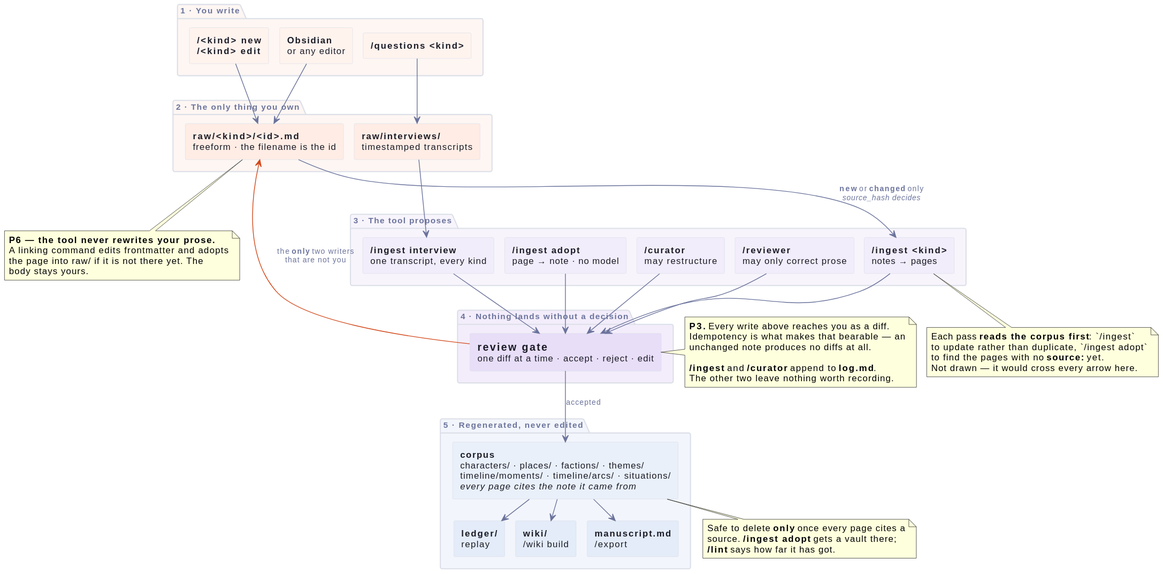
This is docs/diagrams/authoring-flow.svg from claytantor/litfire, a PlantUML export, as it was before one commit. The source it was exported from:
```plantuml
@startuml

top to bottom direction

skinparam backgroundColor transparent
skinparam shadowing false
skinparam defaultFontName "Helvetica"
skinparam defaultFontSize 12
skinparam nodesep 14
skinparam ranksep 26
skinparam ArrowColor #6b739c
skinparam ArrowFontColor #6b739c
skinparam ArrowFontSize 10

skinparam rectangle {
  BorderColor #dcdfe8
  FontColor #1a1b26
  BackgroundColor #ffffff
  roundCorner 3
}

skinparam package {
  BorderColor #dcdfe8
  FontColor #6b739c
  BackgroundColor transparent
  FontSize 11
}

package "1 · You write" #FDF6F3 {
  rectangle "**Obsidian**\nor any editor" as obsidian #FFF3EE
  rectangle "**/<kind> new**\n**/<kind> edit**" as buffer #FFF3EE
  rectangle "**/questions <kind>**" as interview #FFF3EE
}

package "2 · The only thing you own" #FDF6F3 {
  rectangle "**raw/<kind>/<id>.md**\nfreeform · the filename is the id" as raw #FFEDE5
  rectangle "**raw/interviews/**\ntimestamped transcripts" as transcripts #FFEDE5
}

package "3 · The tool proposes" #F7F4FC {
  rectangle "**/ingest <kind>**\nnotes → pages" as ingest #F2EDFA
  rectangle "**/ingest interview**\none transcript, every kind" as ingestI #F2EDFA
  rectangle "**/ingest adopt**\npage → note · no model" as adopt #F2EDFA
  rectangle "**/curator**\nmay restructure" as curator #F2EDFA
  rectangle "**/reviewer**\nmay only correct prose" as reviewer #F2EDFA
}

package "4 · Nothing lands without a decision" #F3EDFB {
  rectangle "==review gate\none diff at a time · accept · reject · edit" as gate #E8DEF8
}

package "5 · Regenerated, never edited" #F2F5FB {
  rectangle "**corpus**\ncharacters/ · places/ · factions/ · themes/\ntimeline/moments/ · timeline/arcs/ · situations/\n//every page cites the note it came from//" as corpus #E9F0FA
  rectangle "**ledger/**\nreplay" as ledger #E3ECF8
  rectangle "**wiki/**\n/wiki build" as wiki #E3ECF8
  rectangle "**manuscript.md**\n/export" as manuscript #E3ECF8
}

obsidian --> raw
buffer --> raw
interview --> transcripts

raw --> ingest : **new** or **changed** only\n//source_hash decides//
transcripts --> ingestI

ingest --> gate
ingestI --> gate
adopt --> gate
curator --> gate
reviewer --> gate

gate --> corpus : accepted
gate -[#d2481a]-> raw : the **only** two writers\nthat are not you

corpus --> ledger
corpus --> wiki
corpus --> manuscript

note bottom of ingest
  Each pass **reads the corpus first**: `/ingest`
  to update rather than duplicate, `/ingest adopt`
  to find the pages with no **source:** yet.
  Not drawn — it would cross every arrow here.
end note

note right of gate
  **P3.** Every write above reaches you as a diff.
  Idempotency is what makes that bearable — an
  unchanged note produces no diffs at all.

  **/ingest** and **/curator** append to **log.md**.
  The other two leave nothing worth recording.
end note

note bottom of raw
  **P6 — the tool never rewrites your prose.**
  A linking command edits frontmatter and adopts
  the page into raw/ if it is not there yet. The
  body stays yours.
end note

note bottom of corpus
  Safe to delete **only** once every page cites a
  source. **/ingest adopt** gets a vault there;
  **/lint** says how far it has got.
end note
@enduml
```
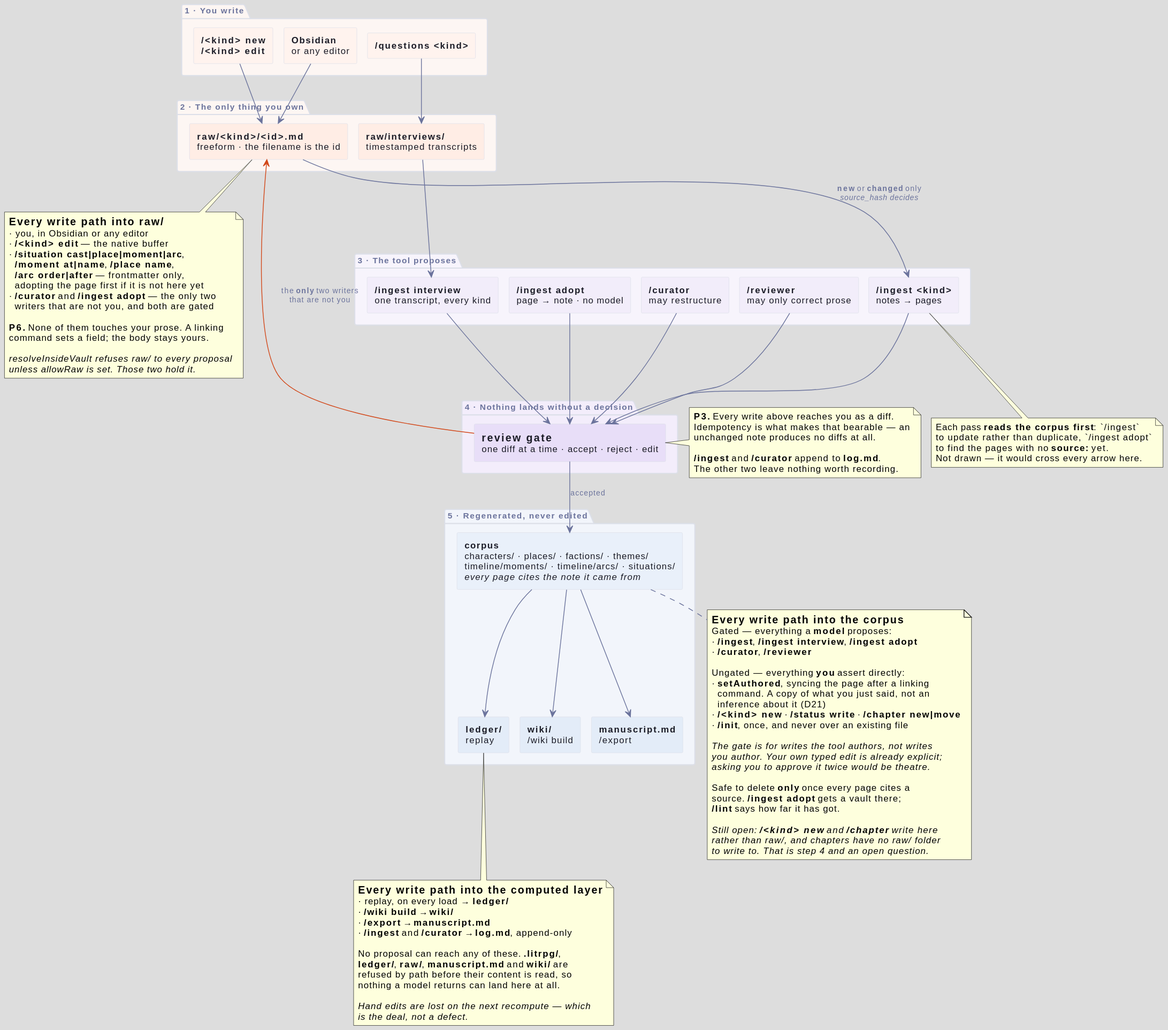
After the change.

Commit message:
Note every write path into each layer

Change to the diagram source:
```diff
@@ -2,7 +2,7 @@
 
 top to bottom direction
 
-skinparam backgroundColor transparent
+skinparam backgroundColor #dddddd
 skinparam shadowing false
 skinparam defaultFontName "Helvetica"
 skinparam defaultFontSize 12
@@ -76,6 +76,22 @@
 corpus --> wiki
 corpus --> manuscript
 
+note bottom of ledger
+  ==Every write path into the computed layer
+  · replay, on every load → **ledger/**
+  · **/wiki build** → **wiki/**
+  · **/export** → **manuscript.md**
+  · **/ingest** and **/curator** → **log.md**, append-only
+
+  No proposal can reach any of these. **.litrpg/**,
+  **ledger/**, **raw/**, **manuscript.md** and **wiki/** are
+  refused by path before their content is read, so
+  nothing a model returns can land here at all.
+
+  //Hand edits are lost on the next recompute — which//
+  //is the deal, not a defect.//
+end note
+
 note bottom of ingest
   Each pass **reads the corpus first**: `/ingest`
   to update rather than duplicate, `/ingest adopt`
@@ -93,15 +109,46 @@
 end note
 
 note bottom of raw
-  **P6 — the tool never rewrites your prose.**
-  A linking command edits frontmatter and adopts
-  the page into raw/ if it is not there yet. The
-  body stays yours.
+  ==Every write path into raw/
+  · you, in Obsidian or any editor
+  · **/<kind> edit** — the native buffer
+  · **/situation cast|place|moment|arc**,
+    **/moment at|name**, **/place name**,
+    **/arc order|after** — frontmatter only,
+    adopting the page first if it is not here yet
+  · **/curator** and **/ingest adopt** — the only two
+    writers that are not you, and both are gated
+
+  **P6.** None of them touches your prose. A linking
+  command sets a field; the body stays yours.
+
+  //resolveInsideVault refuses raw/ to every proposal//
+  //unless allowRaw is set. Those two hold it.//
 end note
 
 note bottom of corpus
+  ==Every write path into the corpus
+  Gated — everything a **model** proposes:
+  · **/ingest**, **/ingest interview**, **/ingest adopt**
+  · **/curator**, **/reviewer**
+
+  Ungated — everything **you** assert directly:
+  · **setAuthored**, syncing the page after a linking
+    command. A copy of what you just said, not an
+    inference about it (D21)
+  · **/<kind> new** · **/status write** · **/chapter new|move**
+  · **/init**, once, and never over an existing file
+
+  //The gate is for writes the tool authors, not writes//
+  //you author. Your own typed edit is already explicit;//
+  //asking you to approve it twice would be theatre.//
+
   Safe to delete **only** once every page cites a
   source. **/ingest adopt** gets a vault there;
   **/lint** says how far it has got.
+
+  //Still open: **/<kind> new** and **/chapter** write here//
+  //rather than raw/, and chapters have no raw/ folder//
+  //to write to. That is step 4 and an open question.//
 end note
 @enduml
```
